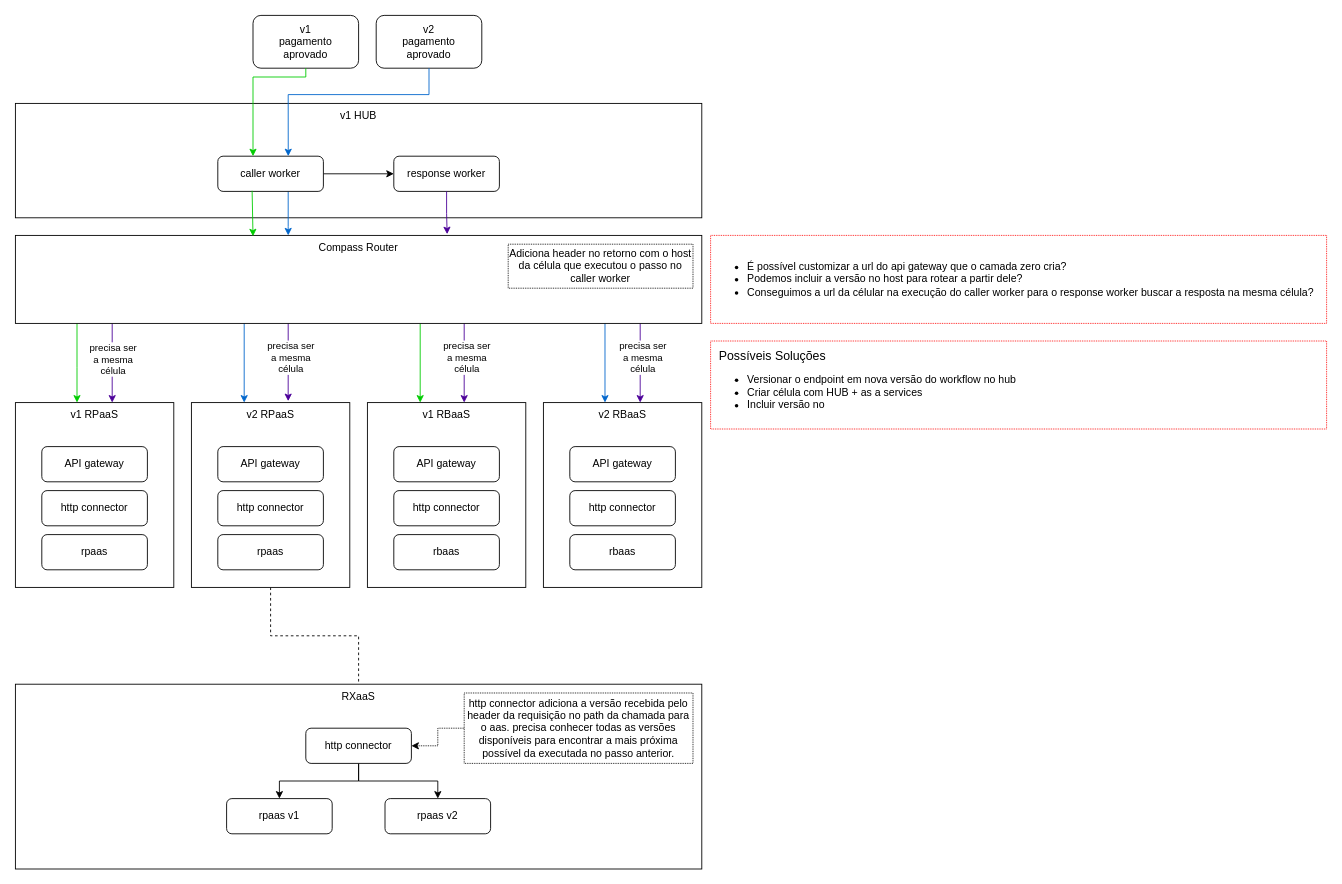
Earlier version of the draw.io diagram hub_version.drawio (rafaelcavasani/envoy). Source tidied: cells renumbered, new cells numbered last; positions are measured from the earlier drawing's top-left corner, leaving out a move shared by most shapes. Both pictures are drawn from the tidied source at 88%, with x=0, y=0 at pixel (15, 15).
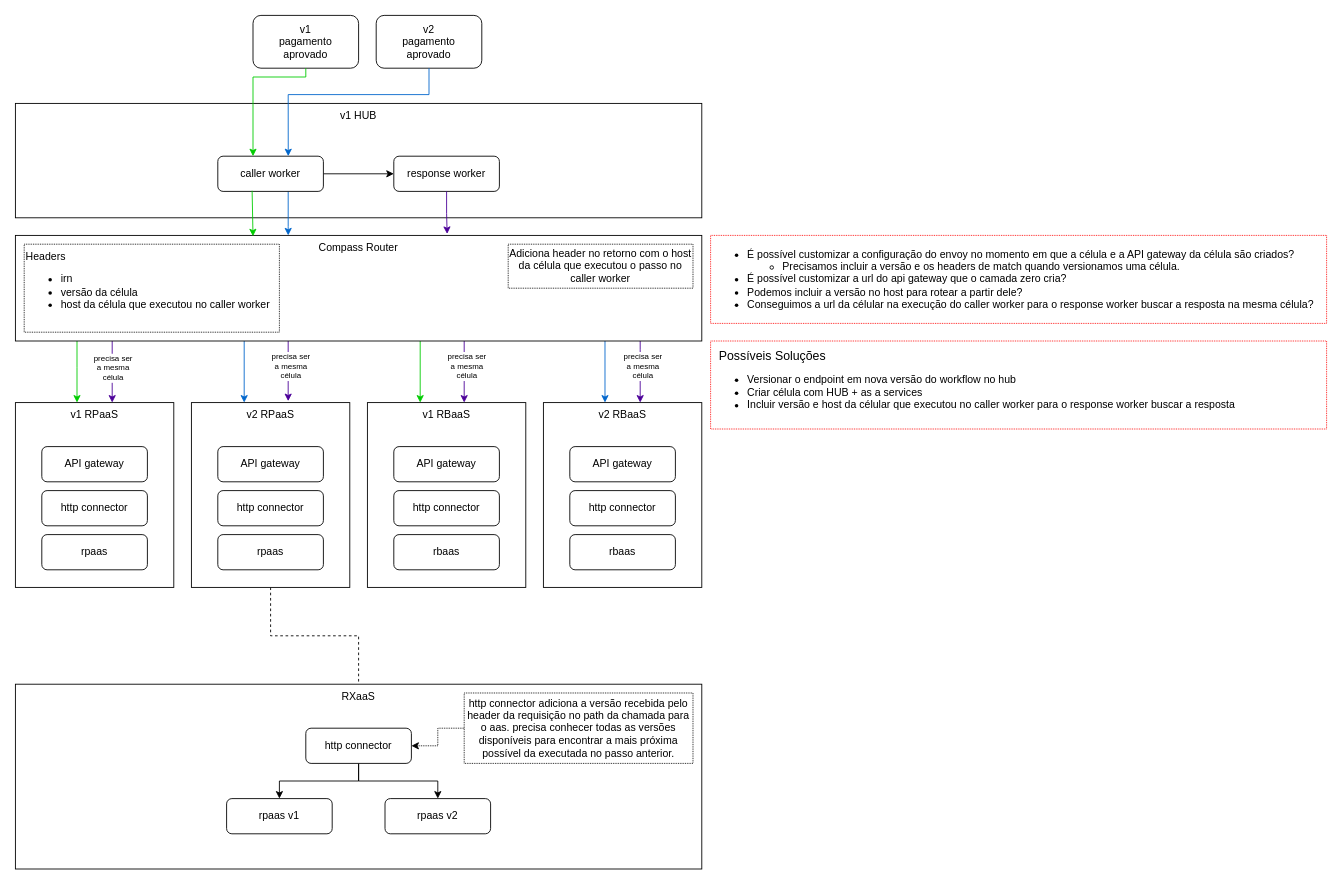
The same page after the edit.

The change refers to these unchanged cells:
```xml
<mxCell id="26" style="edgeStyle=orthogonalEdgeStyle;rounded=0;jettySize=auto;html=1;strokeColor=#4C0099;" parent="1" edge="1" source="33">
  <mxGeometry relative="1" as="geometry">
    <mxPoint x="110" y="440" as="targetPoint" />
    <Array as="points">
      <mxPoint x="110" y="440" />
    </Array>
  </mxGeometry>
</mxCell>
```

The edit, as a diff of the source:
```diff
@@
-    <mxCell id="27" value="precisa ser&lt;br&gt;a mesma &lt;br&gt;célula" style="edgeLabel;html=1;align=center;verticalAlign=middle;" parent="26" vertex="1">
+    <mxCell id="27" value="precisa ser&lt;br style=&quot;font-size: 9px;&quot;&gt;a mesma &lt;br style=&quot;font-size: 9px;&quot;&gt;célula" style="edgeLabel;html=1;align=center;verticalAlign=middle;fontSize=9;" parent="26" vertex="1">
       <mxGeometry x="-0.19" y="-3" relative="1" as="geometry">
-        <mxPoint x="3" y="4" as="offset" />
+        <mxPoint x="3" y="2" as="offset" />
       </mxGeometry>
     </mxCell>
@@
     <mxCell id="33" value="Compass Router" style="rounded=0;whiteSpace=wrap;html=1;verticalAlign=top;" parent="1" vertex="1">
-      <mxGeometry y="250" width="780" height="100" as="geometry" />
+      <mxGeometry y="250" width="780" height="120" as="geometry" />
     </mxCell>
@@
-    <mxCell id="42" value="precisa ser&lt;br&gt;a mesma &lt;br&gt;célula" style="edgeLabel;html=1;align=center;verticalAlign=middle;" parent="1" vertex="1">
-      <mxGeometry x="160" y="390" as="geometry">
+    <mxCell id="42" value="precisa ser&lt;br style=&quot;font-size: 9px;&quot;&gt;a mesma &lt;br style=&quot;font-size: 9px;&quot;&gt;célula" style="edgeLabel;html=1;align=center;verticalAlign=middle;fontSize=9;" parent="1" vertex="1">
+      <mxGeometry x="160" y="400" as="geometry">
         <mxPoint x="152" y="-2" as="offset" />
       </mxGeometry>
     </mxCell>
-    <mxCell id="43" value="precisa ser&lt;br&gt;a mesma &lt;br&gt;célula" style="edgeLabel;html=1;align=center;verticalAlign=middle;" parent="1" vertex="1">
-      <mxGeometry x="360" y="390" as="geometry">
+    <mxCell id="43" value="precisa ser&lt;br style=&quot;font-size: 9px;&quot;&gt;a mesma &lt;br style=&quot;font-size: 9px;&quot;&gt;célula" style="edgeLabel;html=1;align=center;verticalAlign=middle;fontSize=9;" parent="1" vertex="1">
+      <mxGeometry x="360" y="400" as="geometry">
         <mxPoint x="152" y="-2" as="offset" />
       </mxGeometry>
     </mxCell>
-    <mxCell id="44" value="precisa ser&lt;br&gt;a mesma &lt;br&gt;célula" style="edgeLabel;html=1;align=center;verticalAlign=middle;" parent="1" vertex="1">
-      <mxGeometry x="560" y="390" as="geometry">
+    <mxCell id="44" value="precisa ser&lt;br style=&quot;font-size: 9px;&quot;&gt;a mesma &lt;br style=&quot;font-size: 9px;&quot;&gt;célula" style="edgeLabel;html=1;align=center;verticalAlign=middle;fontSize=9;" parent="1" vertex="1">
+      <mxGeometry x="560" y="400" as="geometry">
         <mxPoint x="152" y="-2" as="offset" />
       </mxGeometry>
     </mxCell>
@@
-    <mxCell id="47" value="&lt;ul&gt;&lt;li style=&quot;&quot;&gt;É possível customizar a url do api gateway que o camada zero cria?&lt;/li&gt;&lt;li style=&quot;&quot;&gt;Podemos incluir a versão no host para rotear a partir dele?&lt;/li&gt;&lt;li style=&quot;&quot;&gt;Conseguimos a url da célular na execução do caller worker para o response worker buscar a resposta na mesma célula?&lt;/li&gt;&lt;/ul&gt;" style="text;html=1;strokeColor=#FF0000;fillColor=none;align=left;verticalAlign=middle;whiteSpace=wrap;rounded=0;dashed=1;dashPattern=1 1;" parent="1" vertex="1">
+    <mxCell id="47" value="&lt;ul&gt;&lt;li style=&quot;&quot;&gt;É possível customizar a configuração do envoy no momento em que a célula e a API gateway da célula são criados?&lt;/li&gt;&lt;ul&gt;&lt;li style=&quot;&quot;&gt;Precisamos incluir a versão e os headers de match quando versionamos uma célula.&lt;/li&gt;&lt;/ul&gt;&lt;li style=&quot;&quot;&gt;É possível customizar a url do api gateway que o camada zero cria?&lt;/li&gt;&lt;li style=&quot;&quot;&gt;Podemos incluir a versão no host para rotear a partir dele?&lt;/li&gt;&lt;li style=&quot;&quot;&gt;Conseguimos a url da célular na execução do caller worker para o response worker buscar a resposta na mesma célula?&lt;/li&gt;&lt;/ul&gt;" style="text;html=1;strokeColor=#FF0000;fillColor=none;align=left;verticalAlign=middle;whiteSpace=wrap;rounded=0;dashed=1;dashPattern=1 1;" parent="1" vertex="1">
       <mxGeometry x="790" y="250" width="700" height="100" as="geometry" />
     </mxCell>
-    <mxCell id="48" value="&lt;div style=&quot;font-size: 14px;&quot;&gt;&lt;font style=&quot;font-size: 14px;&quot;&gt;&amp;nbsp; Possíveis Soluções&lt;/font&gt;&lt;/div&gt;&lt;ul style=&quot;&quot;&gt;&lt;li style=&quot;&quot;&gt;Versionar o endpoint em nova versão do workflow no hub&lt;/li&gt;&lt;li style=&quot;&quot;&gt;Criar célula com HUB + as a services&lt;/li&gt;&lt;li style=&quot;&quot;&gt;Incluir versão no&amp;nbsp;&lt;/li&gt;&lt;/ul&gt;" style="text;html=1;strokeColor=#FF0000;fillColor=none;align=left;verticalAlign=middle;whiteSpace=wrap;rounded=0;dashed=1;dashPattern=1 1;" parent="1" vertex="1">
+    <mxCell id="48" value="&lt;div style=&quot;font-size: 14px;&quot;&gt;&lt;font style=&quot;font-size: 14px;&quot;&gt;&amp;nbsp; Possíveis Soluções&lt;/font&gt;&lt;/div&gt;&lt;ul style=&quot;&quot;&gt;&lt;li style=&quot;&quot;&gt;Versionar o endpoint em nova versão do workflow no hub&lt;/li&gt;&lt;li style=&quot;&quot;&gt;Criar célula com HUB + as a services&lt;/li&gt;&lt;li style=&quot;&quot;&gt;Incluir versão e host da célular que executou no caller worker para o response worker buscar a resposta&lt;/li&gt;&lt;/ul&gt;" style="text;html=1;strokeColor=#FF0000;fillColor=none;align=left;verticalAlign=middle;whiteSpace=wrap;rounded=0;dashed=1;dashPattern=1 1;" parent="1" vertex="1">
       <mxGeometry x="790" y="370" width="700" height="100" as="geometry" />
     </mxCell>
@@
+    <mxCell id="54" value="&lt;div style=&quot;font-size: 12px;&quot;&gt;Headers&lt;/div&gt;&lt;div style=&quot;font-size: 12px;&quot;&gt;&lt;ul style=&quot;font-size: 12px;&quot;&gt;&lt;li style=&quot;font-size: 12px;&quot;&gt;irn&lt;/li&gt;&lt;li style=&quot;font-size: 12px;&quot;&gt;versão da célula&lt;/li&gt;&lt;li style=&quot;font-size: 12px;&quot;&gt;host da célula que executou no caller worker&lt;/li&gt;&lt;/ul&gt;&lt;/div&gt;&lt;div style=&quot;font-size: 12px;&quot;&gt;&lt;br style=&quot;font-size: 12px;&quot;&gt;&lt;/div&gt;" style="text;html=1;strokeColor=#000000;fillColor=none;align=left;verticalAlign=top;whiteSpace=wrap;rounded=0;dashed=1;dashPattern=1 1;fontSize=12;" parent="1" vertex="1">
+      <mxGeometry x="10" y="260" width="290" height="100" as="geometry" />
+    </mxCell>
```
